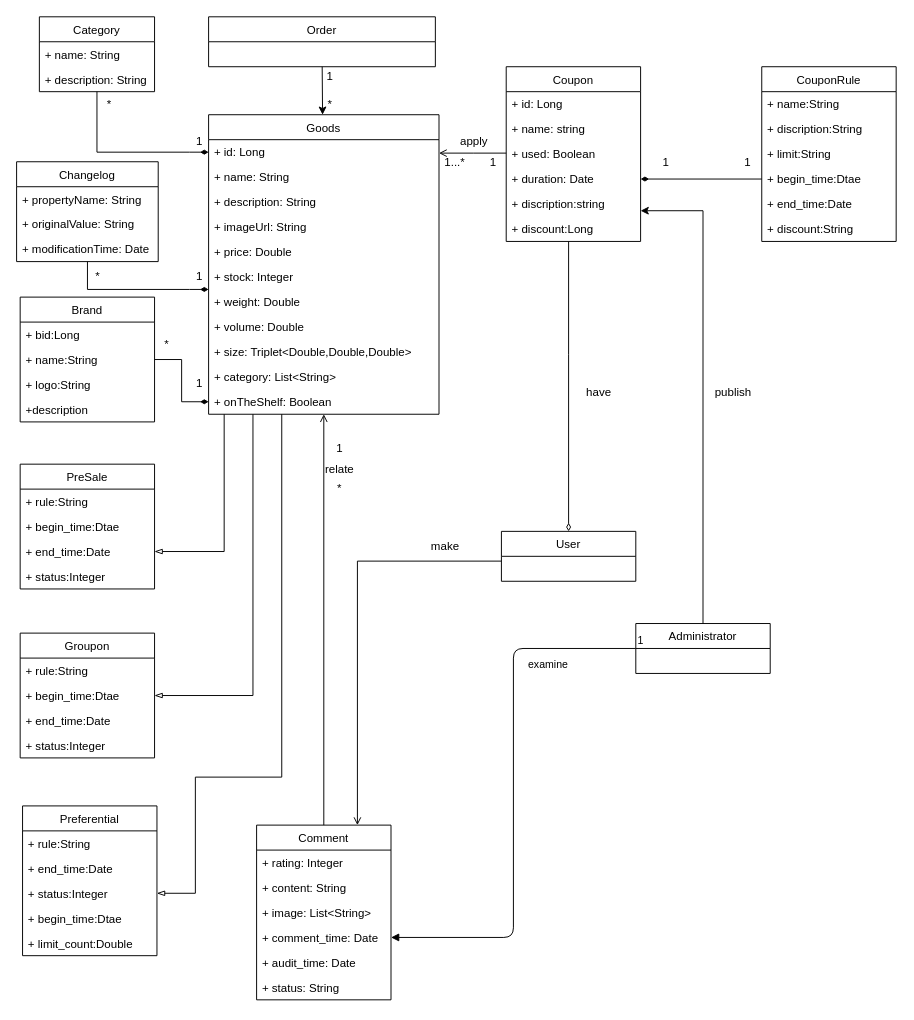
This is product.drawio from jrsmith12138/diagrams, a draw.io file, before an edit. Source tidied: cells renumbered, new cells numbered last; positions are measured from the earlier drawing's top-left corner, leaving out a move shared by most shapes. Both pictures are drawn from the tidied source at 96%, with x=0, y=0 at pixel (16, 16).
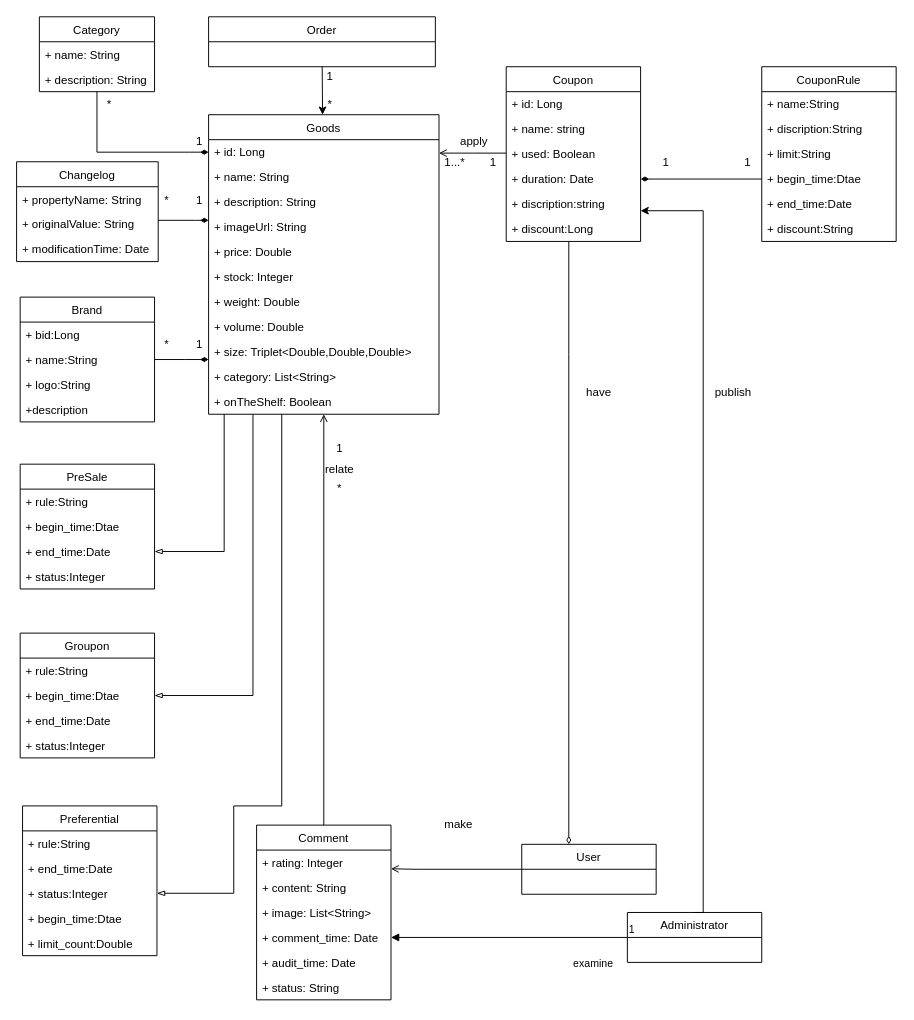
The same diagram, later.

The change refers to these unchanged cells:
```xml
<mxCell id="11" value="Goods" style="swimlane;fontStyle=0;horizontal=1;startSize=26;fillColor=none;" parent="1" vertex="1">
  <mxGeometry x="199.8" y="102" width="240" height="312" as="geometry" />
</mxCell>
<mxCell id="22" value="+ onTheShelf: Boolean" style="text;strokeColor=none;fillColor=none;align=left;verticalAlign=top;spacingLeft=4;spacingRight=4;overflow=hidden;points=[[0,0.5],[1,0.5]];portConstraint=eastwest;" parent="11" vertex="1">
  <mxGeometry y="286" width="240" height="26" as="geometry" />
</mxCell>
<mxCell id="66" value="Changelog" style="swimlane;fontStyle=0;horizontal=1;startSize=26;fillColor=none;" parent="1" vertex="1">
  <mxGeometry x="-0.2" y="151" width="147.5" height="104" as="geometry" />
</mxCell>
<mxCell id="70" value="Comment" style="swimlane;fontStyle=0;horizontal=1;startSize=26;fillColor=none;" parent="1" vertex="1">
  <mxGeometry x="249.8" y="842" width="140" height="182" as="geometry" />
</mxCell>
<mxCell id="78" value="Brand" style="swimlane;fontStyle=0;horizontal=1;startSize=26;fillColor=none;" parent="1" vertex="1">
  <mxGeometry x="3.5" y="292" width="140" height="130" as="geometry" />
</mxCell>
<mxCell id="96" value="+ status:Integer" style="text;strokeColor=none;fillColor=none;align=left;verticalAlign=top;spacingLeft=4;spacingRight=4;overflow=hidden;points=[[0,0.5],[1,0.5]];portConstraint=eastwest;" parent="93" vertex="1">
  <mxGeometry y="78" width="140" height="26" as="geometry" />
</mxCell>
```

What changed in the source:
```diff
@@
     <mxCell id="3" style="edgeStyle=orthogonalEdgeStyle;rounded=0;jettySize=auto;html=1;endArrow=diamondThin;endFill=1;" parent="1" edge="1" source="66" target="11">
       <mxGeometry relative="1" as="geometry">
         <Array as="points">
-          <mxPoint x="179.8" y="284" />
-          <mxPoint x="179.8" y="284" />
+          <mxPoint x="186" y="212" />
+          <mxPoint x="186" y="212" />
         </Array>
       </mxGeometry>
     </mxCell>
@@
-    <mxCell id="6" style="edgeStyle=orthogonalEdgeStyle;rounded=0;jettySize=auto;html=1;endArrow=open;endFill=0;entryX=0.75;entryY=0;entryDx=0;entryDy=0;" parent="1" edge="1" source="42" target="70">
+    <mxCell id="6" style="edgeStyle=orthogonalEdgeStyle;rounded=0;jettySize=auto;html=1;endArrow=open;endFill=0;entryX=1;entryY=0.25;entryDx=0;entryDy=0;exitX=0;exitY=0.5;exitDx=0;exitDy=0;" parent="1" edge="1" source="42" target="70">
       <mxGeometry relative="1" as="geometry">
         <Array as="points">
-          <mxPoint x="355" y="567" />
+          <mxPoint x="416" y="888" />
         </Array>
       </mxGeometry>
     </mxCell>
@@
     <mxCell id="10" style="edgeStyle=orthogonalEdgeStyle;rounded=0;jettySize=auto;html=1;startArrow=none;startFill=0;endArrow=blockThin;endFill=0;entryX=1;entryY=0.5;entryDx=0;entryDy=0;" parent="1" edge="1" source="11" target="96">
       <mxGeometry relative="1" as="geometry">
         <Array as="points">
-          <mxPoint x="276" y="792" />
-          <mxPoint x="186" y="792" />
-          <mxPoint x="186" y="913" />
+          <mxPoint x="276" y="822" />
+          <mxPoint x="226" y="822" />
+          <mxPoint x="226" y="913" />
         </Array>
       </mxGeometry>
     </mxCell>
@@
     <mxCell id="33" value="1" style="text;html=1;align=center;verticalAlign=middle;" parent="1" vertex="1">
-      <mxGeometry x="179.8" y="261" width="20" height="20" as="geometry" />
+      <mxGeometry x="179.8" y="182" width="20" height="20" as="geometry" />
     </mxCell>
     <mxCell id="34" value="*" style="text;html=1;align=center;verticalAlign=middle;" parent="1" vertex="1">
-      <mxGeometry x="73.5" y="261" width="20" height="20" as="geometry" />
+      <mxGeometry x="146" y="182" width="20" height="20" as="geometry" />
     </mxCell>
@@
     <mxCell id="38" value="make" style="text;html=1;align=center;verticalAlign=middle;" parent="1" vertex="1">
-      <mxGeometry x="426" y="542" width="40" height="20" as="geometry" />
+      <mxGeometry x="439.8" y="832" width="40" height="20" as="geometry" />
     </mxCell>
@@
-    <mxCell id="42" value="User" style="swimlane;fontStyle=0;horizontal=1;startSize=26;fillColor=none;" parent="1" vertex="1">
-      <mxGeometry x="504.8" y="536" width="140" height="52" as="geometry" />
-    </mxCell>
@@
     <mxCell id="46" value="1" style="text;html=1;align=center;verticalAlign=middle;" parent="1" vertex="1">
-      <mxGeometry x="179.8" y="372" width="20" height="20" as="geometry" />
+      <mxGeometry x="179.8" y="332" width="20" height="20" as="geometry" />
     </mxCell>
@@
-    <mxCell id="61" value="Administrator" style="swimlane;fontStyle=0;horizontal=1;startSize=26;fillColor=none;" parent="1" vertex="1">
-      <mxGeometry x="644.8" y="632" width="140" height="52" as="geometry" />
-    </mxCell>
@@
-    <mxCell id="77" style="edgeStyle=orthogonalEdgeStyle;rounded=0;jettySize=auto;html=1;entryX=0;entryY=0.5;entryDx=0;entryDy=0;startArrow=none;startFill=0;endArrow=diamondThin;endFill=1;" parent="1" edge="1" source="78" target="22">
-      <mxGeometry relative="1" as="geometry" />
+    <mxCell id="77" style="edgeStyle=orthogonalEdgeStyle;rounded=0;jettySize=auto;html=1;startArrow=none;startFill=0;endArrow=diamondThin;endFill=1;" parent="1" edge="1" source="78" target="11">
+      <mxGeometry relative="1" as="geometry">
+        <Array as="points">
+          <mxPoint x="176" y="357" />
+          <mxPoint x="176" y="357" />
+        </Array>
+      </mxGeometry>
     </mxCell>
@@
+    <mxCell id="61" value="Administrator" style="swimlane;fontStyle=0;horizontal=1;startSize=26;fillColor=none;" parent="1" vertex="1">
+      <mxGeometry x="636" y="933" width="140" height="52" as="geometry" />
+    </mxCell>
+    <mxCell id="42" value="User" style="swimlane;fontStyle=0;horizontal=1;startSize=26;fillColor=none;" parent="1" vertex="1">
+      <mxGeometry x="526" y="862" width="140" height="52" as="geometry" />
+    </mxCell>
```
